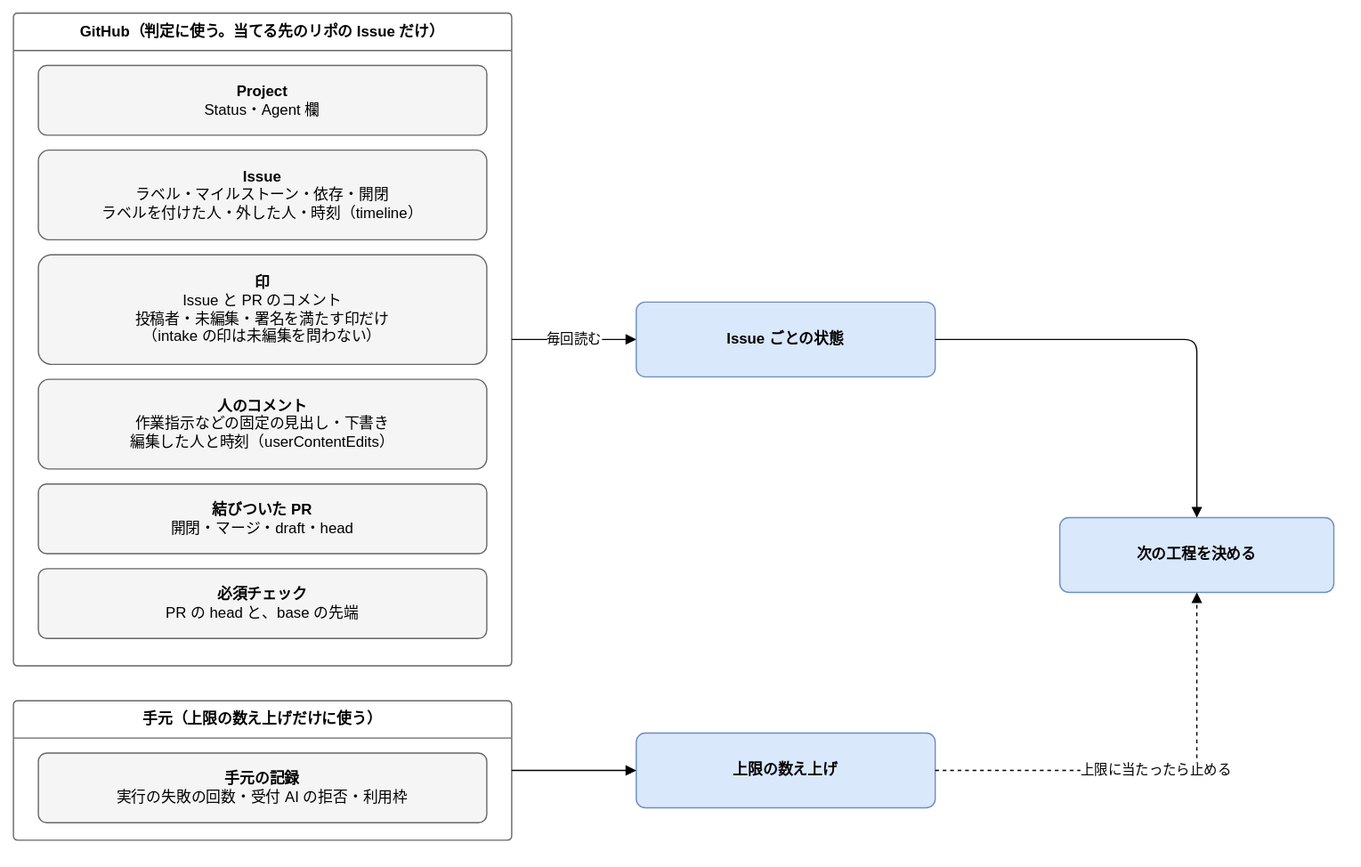
The draw.io diagram docs/design/basic/diagrams/02-state-assembly.drawio.svg in Joymerrevent/dev-autopilot, before a commit. Source tidied: cells renumbered, new cells last; positions are measured from the earlier drawing's top-left corner, leaving out a move shared by most shapes. Source of this version:
```xml
<mxGraphModel background="#ffffff">
  <root>
    <mxCell id="0" />
    <mxCell id="1" parent="0" />
    <mxCell id="2" value="GitHub（判定に使う。当てる先のリポの Issue だけ）" style="swimlane;startSize=30;html=1;whiteSpace=wrap;rounded=1;arcSize=4;fontStyle=1;fontSize=12;strokeColor=#666666;fillColor=none;swimlaneFillColor=none;" parent="1" vertex="1">
      <mxGeometry width="400" height="524" as="geometry" />
    </mxCell>
    <mxCell id="3" value="&lt;b&gt;Project&lt;/b&gt;&lt;br&gt;Status・Agent 欄" style="rounded=1;whiteSpace=wrap;html=1;fontSize=12;arcSize=12;spacing=12;fillColor=#f5f5f5;strokeColor=#666666;" parent="2" vertex="1">
      <mxGeometry x="20" y="42" width="360" height="56" as="geometry" />
    </mxCell>
    <mxCell id="4" value="&lt;b&gt;Issue&lt;/b&gt;&lt;br&gt;ラベル・マイルストーン・依存・開閉&lt;br&gt;ラベルを付けた人・外した人・時刻（timeline）" style="rounded=1;whiteSpace=wrap;html=1;fontSize=12;arcSize=12;spacing=12;fillColor=#f5f5f5;strokeColor=#666666;" parent="2" vertex="1">
      <mxGeometry x="20" y="110" width="360" height="72" as="geometry" />
    </mxCell>
    <mxCell id="5" value="&lt;b&gt;印&lt;/b&gt;&lt;br&gt;Issue と PR のコメント&lt;br&gt;投稿者・未編集・署名を満たす印だけ&lt;br&gt;（intake の印は未編集を問わない）" style="rounded=1;whiteSpace=wrap;html=1;fontSize=12;arcSize=12;spacing=12;fillColor=#f5f5f5;strokeColor=#666666;" parent="2" vertex="1">
      <mxGeometry x="20" y="194" width="360" height="88" as="geometry" />
    </mxCell>
    <mxCell id="6" value="&lt;b&gt;人のコメント&lt;/b&gt;&lt;br&gt;作業指示などの固定の見出し・下書き&lt;br&gt;編集した人と時刻（userContentEdits）" style="rounded=1;whiteSpace=wrap;html=1;fontSize=12;arcSize=12;spacing=12;fillColor=#f5f5f5;strokeColor=#666666;" parent="2" vertex="1">
      <mxGeometry x="20" y="294" width="360" height="72" as="geometry" />
    </mxCell>
    <mxCell id="7" value="&lt;b&gt;結びついた PR&lt;/b&gt;&lt;br&gt;開閉・マージ・draft・head" style="rounded=1;whiteSpace=wrap;html=1;fontSize=12;arcSize=12;spacing=12;fillColor=#f5f5f5;strokeColor=#666666;" parent="2" vertex="1">
      <mxGeometry x="20" y="378" width="360" height="56" as="geometry" />
    </mxCell>
    <mxCell id="8" value="&lt;b&gt;必須チェック&lt;/b&gt;&lt;br&gt;PR の head と、base の先端" style="rounded=1;whiteSpace=wrap;html=1;fontSize=12;arcSize=12;spacing=12;fillColor=#f5f5f5;strokeColor=#666666;" parent="2" vertex="1">
      <mxGeometry x="20" y="446" width="360" height="56" as="geometry" />
    </mxCell>
    <mxCell id="9" value="手元（上限の数え上げだけに使う）" style="swimlane;startSize=30;html=1;whiteSpace=wrap;rounded=1;arcSize=4;fontStyle=1;fontSize=12;strokeColor=#666666;fillColor=none;swimlaneFillColor=none;" parent="1" vertex="1">
      <mxGeometry y="552" width="400" height="112" as="geometry" />
    </mxCell>
    <mxCell id="10" value="&lt;b&gt;手元の記録&lt;/b&gt;&lt;br&gt;実行の失敗の回数・受付 AI の拒否・利用枠" style="rounded=1;whiteSpace=wrap;html=1;fontSize=12;arcSize=12;spacing=12;fillColor=#f5f5f5;strokeColor=#666666;" parent="9" vertex="1">
      <mxGeometry x="20" y="42" width="360" height="56" as="geometry" />
    </mxCell>
    <mxCell id="11" value="&lt;b&gt;Issue ごとの状態&lt;/b&gt;" style="rounded=1;whiteSpace=wrap;html=1;fontSize=12;arcSize=12;spacing=12;fillColor=#dae8fc;strokeColor=#6c8ebf;" parent="1" vertex="1">
      <mxGeometry x="500" y="232" width="240" height="60" as="geometry" />
    </mxCell>
    <mxCell id="12" value="&lt;b&gt;上限の数え上げ&lt;/b&gt;" style="rounded=1;whiteSpace=wrap;html=1;fontSize=12;arcSize=12;spacing=12;fillColor=#dae8fc;strokeColor=#6c8ebf;" parent="1" vertex="1">
      <mxGeometry x="500" y="578" width="240" height="60" as="geometry" />
    </mxCell>
    <mxCell id="13" value="&lt;b&gt;次の工程を決める&lt;/b&gt;" style="rounded=1;whiteSpace=wrap;html=1;fontSize=12;arcSize=12;spacing=12;fillColor=#dae8fc;strokeColor=#6c8ebf;" parent="1" vertex="1">
      <mxGeometry x="840" y="405" width="220" height="60" as="geometry" />
    </mxCell>
    <mxCell id="14" value="毎回読む" style="edgeStyle=orthogonalEdgeStyle;rounded=1;html=1;endArrow=block;endFill=1;fontSize=11;labelBackgroundColor=#ffffff;exitX=1;exitY=0.5;exitDx=0;exitDy=0;entryX=0;entryY=0.5;entryDx=0;entryDy=0;" parent="1" edge="1" source="2" target="11">
      <mxGeometry relative="1" as="geometry" />
    </mxCell>
    <mxCell id="15" style="edgeStyle=orthogonalEdgeStyle;rounded=1;html=1;endArrow=block;endFill=1;fontSize=11;labelBackgroundColor=#ffffff;exitX=1;exitY=0.5;exitDx=0;exitDy=0;entryX=0;entryY=0.5;entryDx=0;entryDy=0;" parent="1" edge="1" source="9" target="12">
      <mxGeometry relative="1" as="geometry" />
    </mxCell>
    <mxCell id="16" style="edgeStyle=orthogonalEdgeStyle;rounded=1;html=1;endArrow=block;endFill=1;fontSize=11;labelBackgroundColor=#ffffff;exitX=1;exitY=0.5;exitDx=0;exitDy=0;entryX=0.5;entryY=0;entryDx=0;entryDy=0;" parent="1" edge="1" source="11" target="13">
      <mxGeometry relative="1" as="geometry" />
    </mxCell>
    <mxCell id="17" value="上限に当たったら止める" style="edgeStyle=orthogonalEdgeStyle;rounded=1;html=1;endArrow=block;endFill=1;fontSize=11;labelBackgroundColor=#ffffff;dashed=1;exitX=1;exitY=0.5;exitDx=0;exitDy=0;entryX=0.5;entryY=1;entryDx=0;entryDy=0;" parent="1" edge="1" source="12" target="13">
      <mxGeometry relative="1" as="geometry" />
    </mxCell>
  </root>
</mxGraphModel>
```
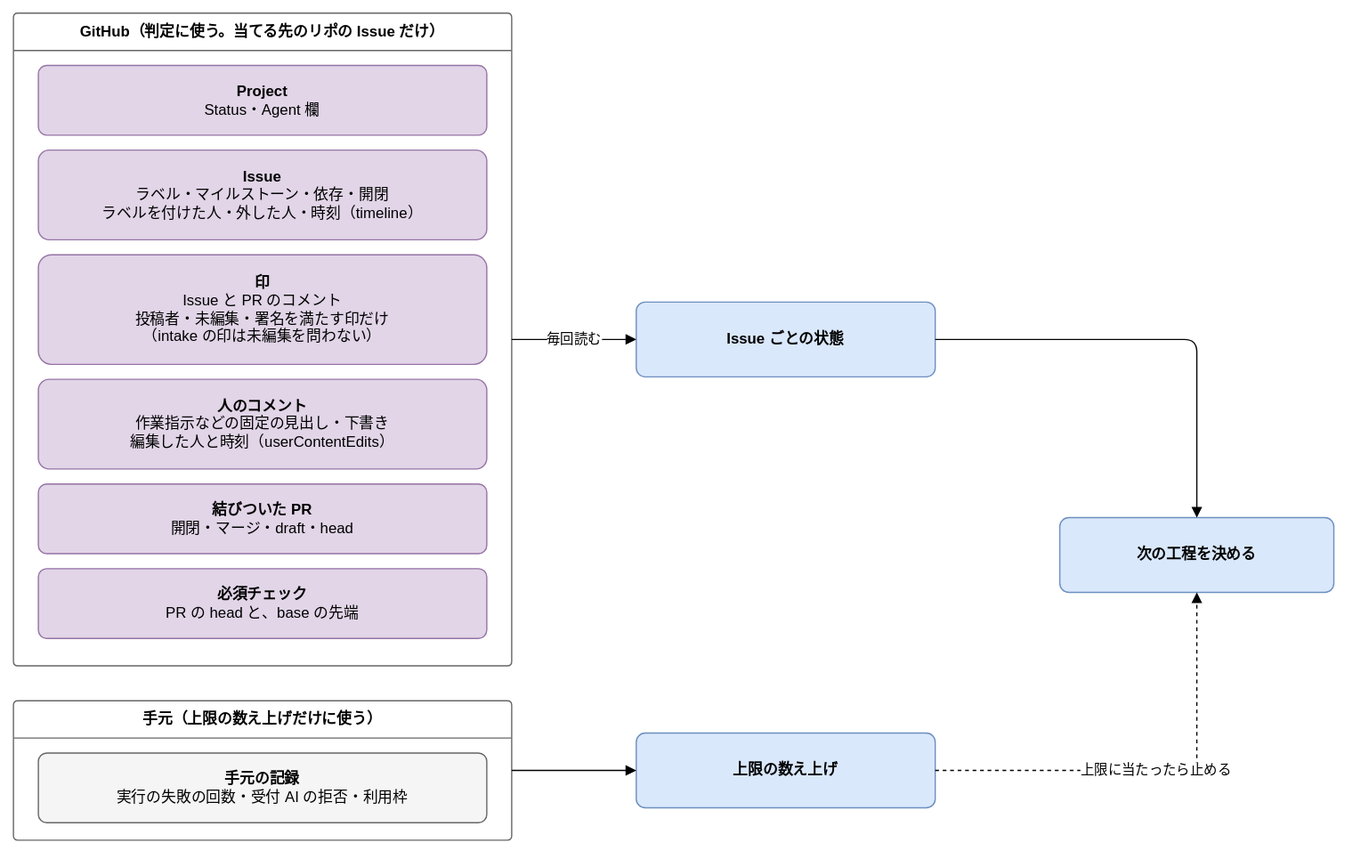
After the change.

What changed in the source:
```diff
@@ -5,22 +5,22 @@
     <mxCell id="2" value="GitHub（判定に使う。当てる先のリポの Issue だけ）" style="swimlane;startSize=30;html=1;whiteSpace=wrap;rounded=1;arcSize=4;fontStyle=1;fontSize=12;strokeColor=#666666;fillColor=none;swimlaneFillColor=none;" parent="1" vertex="1">
       <mxGeometry width="400" height="524" as="geometry" />
     </mxCell>
-    <mxCell id="3" value="&lt;b&gt;Project&lt;/b&gt;&lt;br&gt;Status・Agent 欄" style="rounded=1;whiteSpace=wrap;html=1;fontSize=12;arcSize=12;spacing=12;fillColor=#f5f5f5;strokeColor=#666666;" parent="2" vertex="1">
+    <mxCell id="3" value="&lt;b&gt;Project&lt;/b&gt;&lt;br&gt;Status・Agent 欄" style="rounded=1;whiteSpace=wrap;html=1;fontSize=12;arcSize=12;spacing=12;fillColor=#e1d5e7;strokeColor=#9673a6;" parent="2" vertex="1">
       <mxGeometry x="20" y="42" width="360" height="56" as="geometry" />
     </mxCell>
-    <mxCell id="4" value="&lt;b&gt;Issue&lt;/b&gt;&lt;br&gt;ラベル・マイルストーン・依存・開閉&lt;br&gt;ラベルを付けた人・外した人・時刻（timeline）" style="rounded=1;whiteSpace=wrap;html=1;fontSize=12;arcSize=12;spacing=12;fillColor=#f5f5f5;strokeColor=#666666;" parent="2" vertex="1">
+    <mxCell id="4" value="&lt;b&gt;Issue&lt;/b&gt;&lt;br&gt;ラベル・マイルストーン・依存・開閉&lt;br&gt;ラベルを付けた人・外した人・時刻（timeline）" style="rounded=1;whiteSpace=wrap;html=1;fontSize=12;arcSize=12;spacing=12;fillColor=#e1d5e7;strokeColor=#9673a6;" parent="2" vertex="1">
       <mxGeometry x="20" y="110" width="360" height="72" as="geometry" />
     </mxCell>
-    <mxCell id="5" value="&lt;b&gt;印&lt;/b&gt;&lt;br&gt;Issue と PR のコメント&lt;br&gt;投稿者・未編集・署名を満たす印だけ&lt;br&gt;（intake の印は未編集を問わない）" style="rounded=1;whiteSpace=wrap;html=1;fontSize=12;arcSize=12;spacing=12;fillColor=#f5f5f5;strokeColor=#666666;" parent="2" vertex="1">
+    <mxCell id="5" value="&lt;b&gt;印&lt;/b&gt;&lt;br&gt;Issue と PR のコメント&lt;br&gt;投稿者・未編集・署名を満たす印だけ&lt;br&gt;（intake の印は未編集を問わない）" style="rounded=1;whiteSpace=wrap;html=1;fontSize=12;arcSize=12;spacing=12;fillColor=#e1d5e7;strokeColor=#9673a6;" parent="2" vertex="1">
       <mxGeometry x="20" y="194" width="360" height="88" as="geometry" />
     </mxCell>
-    <mxCell id="6" value="&lt;b&gt;人のコメント&lt;/b&gt;&lt;br&gt;作業指示などの固定の見出し・下書き&lt;br&gt;編集した人と時刻（userContentEdits）" style="rounded=1;whiteSpace=wrap;html=1;fontSize=12;arcSize=12;spacing=12;fillColor=#f5f5f5;strokeColor=#666666;" parent="2" vertex="1">
+    <mxCell id="6" value="&lt;b&gt;人のコメント&lt;/b&gt;&lt;br&gt;作業指示などの固定の見出し・下書き&lt;br&gt;編集した人と時刻（userContentEdits）" style="rounded=1;whiteSpace=wrap;html=1;fontSize=12;arcSize=12;spacing=12;fillColor=#e1d5e7;strokeColor=#9673a6;" parent="2" vertex="1">
       <mxGeometry x="20" y="294" width="360" height="72" as="geometry" />
     </mxCell>
-    <mxCell id="7" value="&lt;b&gt;結びついた PR&lt;/b&gt;&lt;br&gt;開閉・マージ・draft・head" style="rounded=1;whiteSpace=wrap;html=1;fontSize=12;arcSize=12;spacing=12;fillColor=#f5f5f5;strokeColor=#666666;" parent="2" vertex="1">
+    <mxCell id="7" value="&lt;b&gt;結びついた PR&lt;/b&gt;&lt;br&gt;開閉・マージ・draft・head" style="rounded=1;whiteSpace=wrap;html=1;fontSize=12;arcSize=12;spacing=12;fillColor=#e1d5e7;strokeColor=#9673a6;" parent="2" vertex="1">
       <mxGeometry x="20" y="378" width="360" height="56" as="geometry" />
     </mxCell>
-    <mxCell id="8" value="&lt;b&gt;必須チェック&lt;/b&gt;&lt;br&gt;PR の head と、base の先端" style="rounded=1;whiteSpace=wrap;html=1;fontSize=12;arcSize=12;spacing=12;fillColor=#f5f5f5;strokeColor=#666666;" parent="2" vertex="1">
+    <mxCell id="8" value="&lt;b&gt;必須チェック&lt;/b&gt;&lt;br&gt;PR の head と、base の先端" style="rounded=1;whiteSpace=wrap;html=1;fontSize=12;arcSize=12;spacing=12;fillColor=#e1d5e7;strokeColor=#9673a6;" parent="2" vertex="1">
       <mxGeometry x="20" y="446" width="360" height="56" as="geometry" />
     </mxCell>
     <mxCell id="9" value="手元（上限の数え上げだけに使う）" style="swimlane;startSize=30;html=1;whiteSpace=wrap;rounded=1;arcSize=4;fontStyle=1;fontSize=12;strokeColor=#666666;fillColor=none;swimlaneFillColor=none;" parent="1" vertex="1">
```
